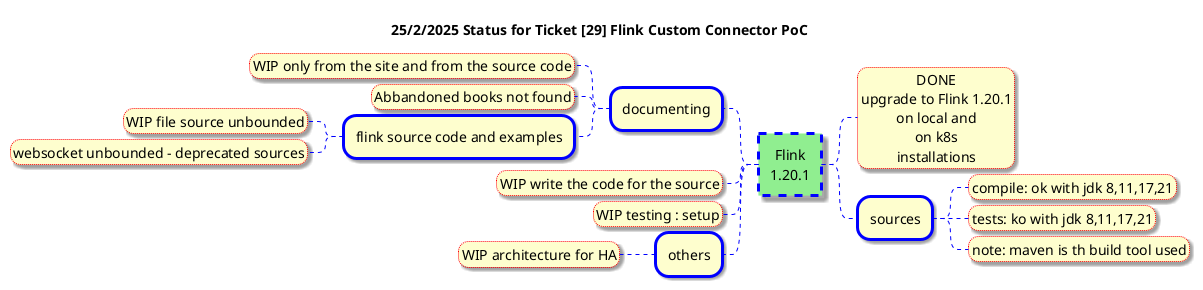
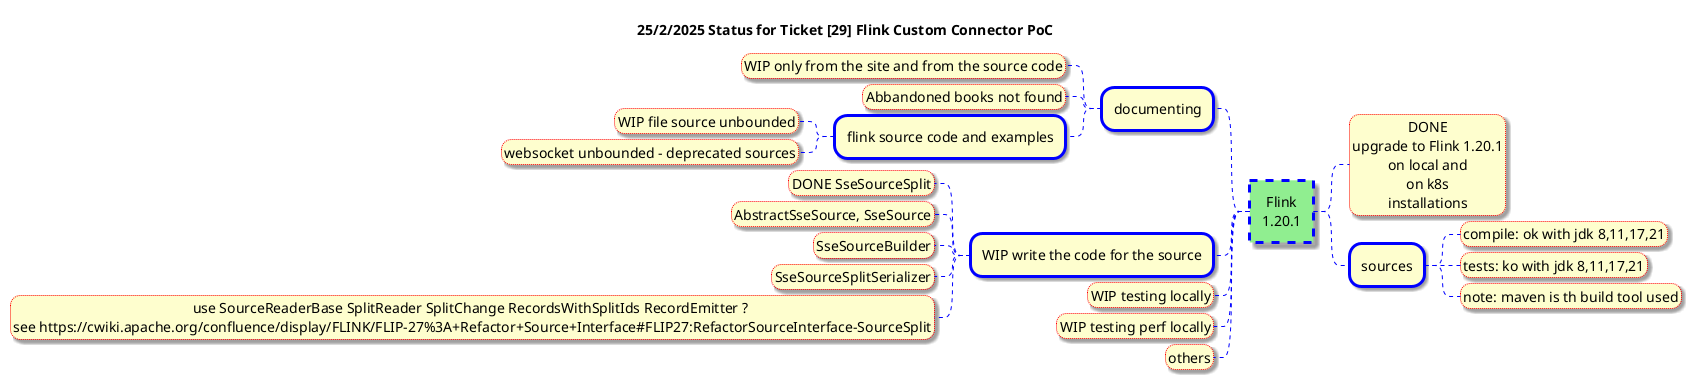
@startmindmap

skin rose

title 25/2/2025 Status for Ticket [29] Flink Custom Connector PoC

<style>

node {
    Padding 12
    Margin 3
    HorizontalAlignment center
    LineColor blue
    LineThickness 3.0
}

rootNode {
    LineStyle 8.0;3.0
    LineColor blue
    BackgroundColor lightgreen
    LineThickness 3.0
    RoundCorner 0
    Shadowing 5
}

leafNode {
    LineStyle 1
    LineColor red
    LineThickness 1.0
    RoundCorner 20
    Padding 3
}

arrow {
    LineStyle 4
    LineThickness 1
    LineColor blue
}
</style>

* Flink\n1.20.1
** DONE\nupgrade to Flink 1.20.1\n on local and \non k8s\ninstallations
** sources
*** compile: ok with jdk 8,11,17,21
*** tests: ko with jdk 8,11,17,21
*** note: maven is th build tool used

left side

** documenting
*** WIP only from the site and from the source code
*** Abbandoned books not found
*** flink source code and examples
**** WIP file source unbounded
**** websocket unbounded - deprecated sources
** WIP write the code for the source
- ** WIP testing : setup
+ *** DONE SseSourceSplit
+ *** AbstractSseSource, SseSource
+ *** SseSourceBuilder
+ *** SseSourceSplitSerializer
+ *** use SourceReaderBase SplitReader SplitChange RecordsWithSplitIds RecordEmitter ? \nsee https://cwiki.apache.org/confluence/display/FLINK/FLIP-27%3A+Refactor+Source+Interface#FLIP27:RefactorSourceInterface-SourceSplit
+ ** WIP testing locally
+ ** WIP testing perf locally
** others
- *** WIP architecture for HA

@endwbs